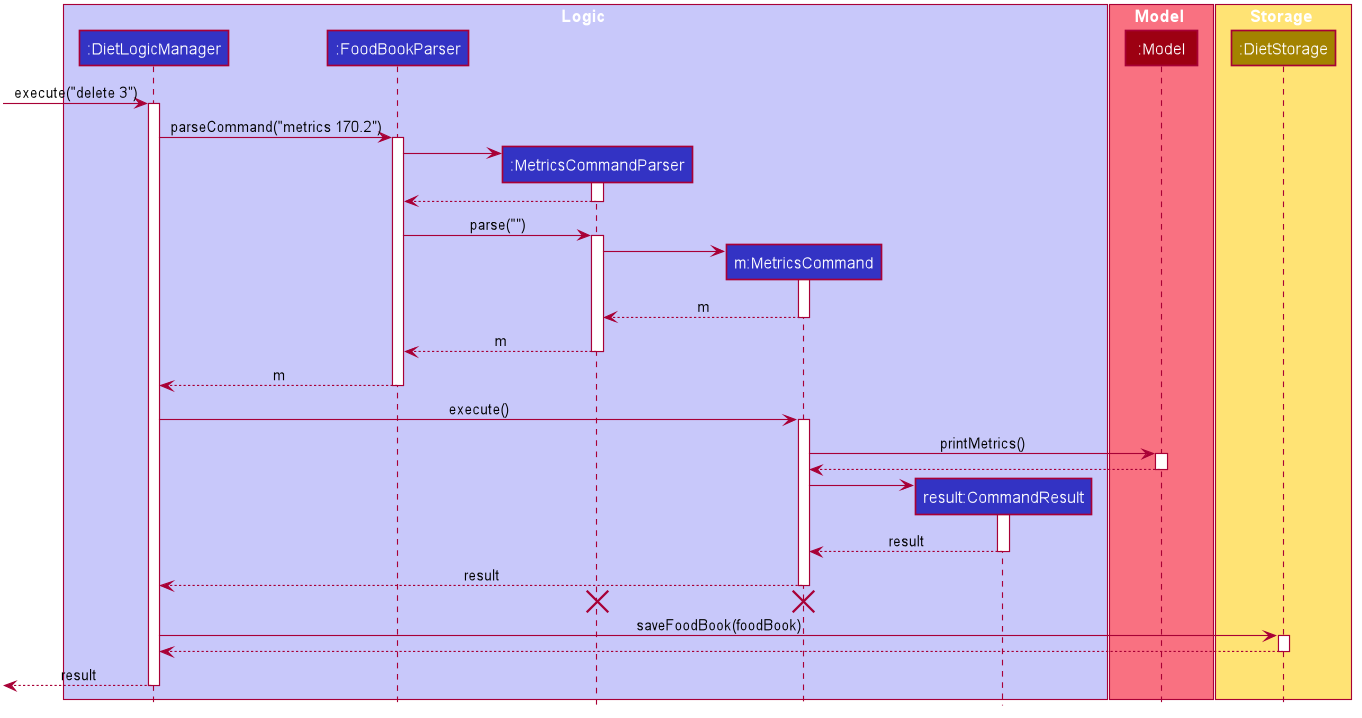
The PlantUML diagram images/DietTrackerMetricsCommandSequenceDiagram.png in AY1920S2-CS2103T-W13-1/main, before a commit.
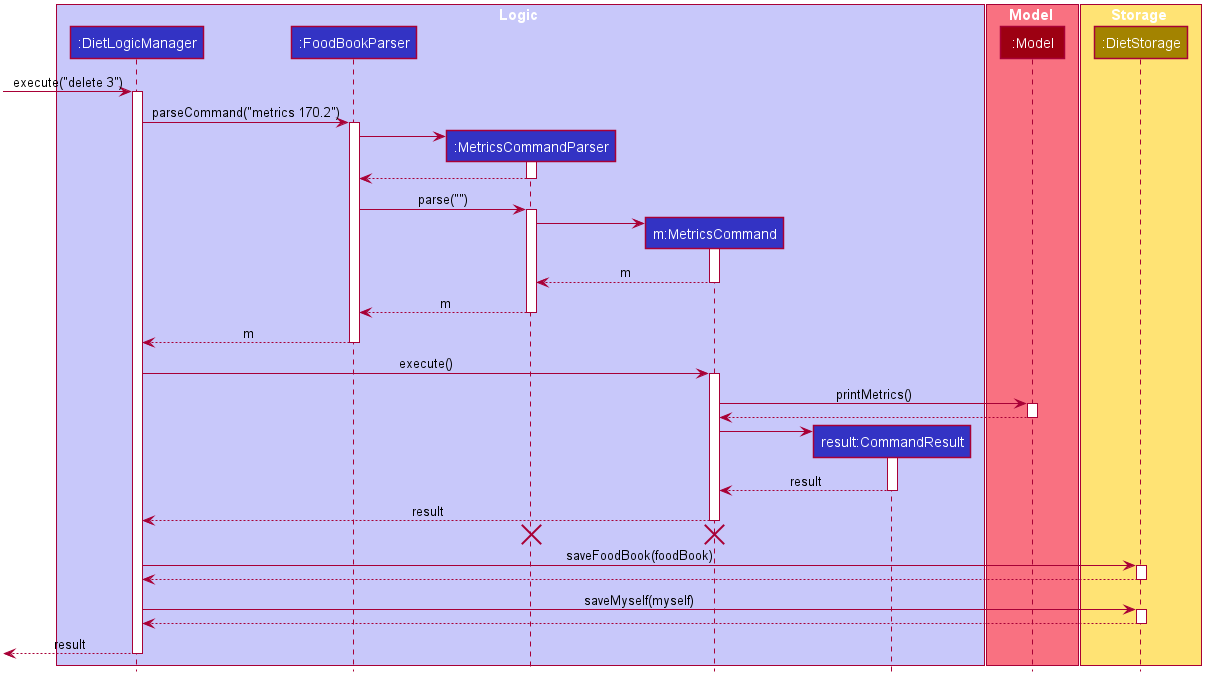
The same file after the commit.

The edit, as a diff of the source:
```diff
@@ -123,6 +123,12 @@
 FoodBookStorage --> LogicManager
 deactivate FoodBookStorage
 
+LogicManager -> FoodBookStorage : saveMyself(myself)
+activate FoodBookStorage
+
+FoodBookStorage --> LogicManager
+deactivate FoodBookStorage
+
 [<--LogicManager : result
 deactivate LogicManager
 @enduml
```
